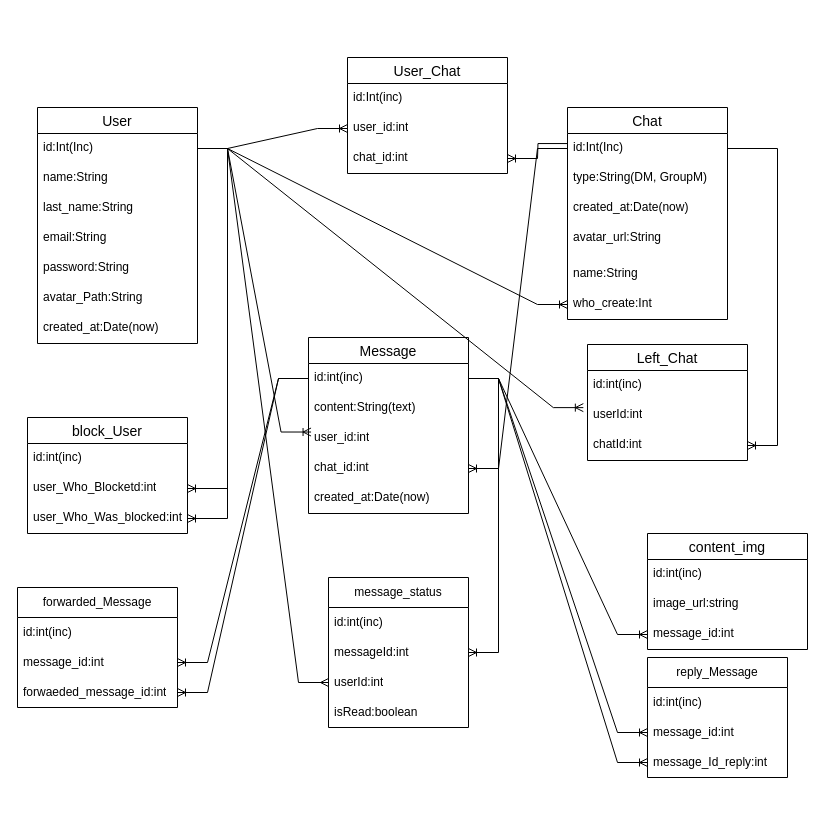
Above: Диаграмма без названия.drawio in lam1to/TestChat (draw.io), before the change. Source tidied: cells renumbered, new cells numbered last; positions are measured from the earlier drawing's top-left corner, leaving out a move shared by most shapes. Both pictures are drawn from the tidied source at 100%, with x=0, y=0 at pixel (-123, 57).
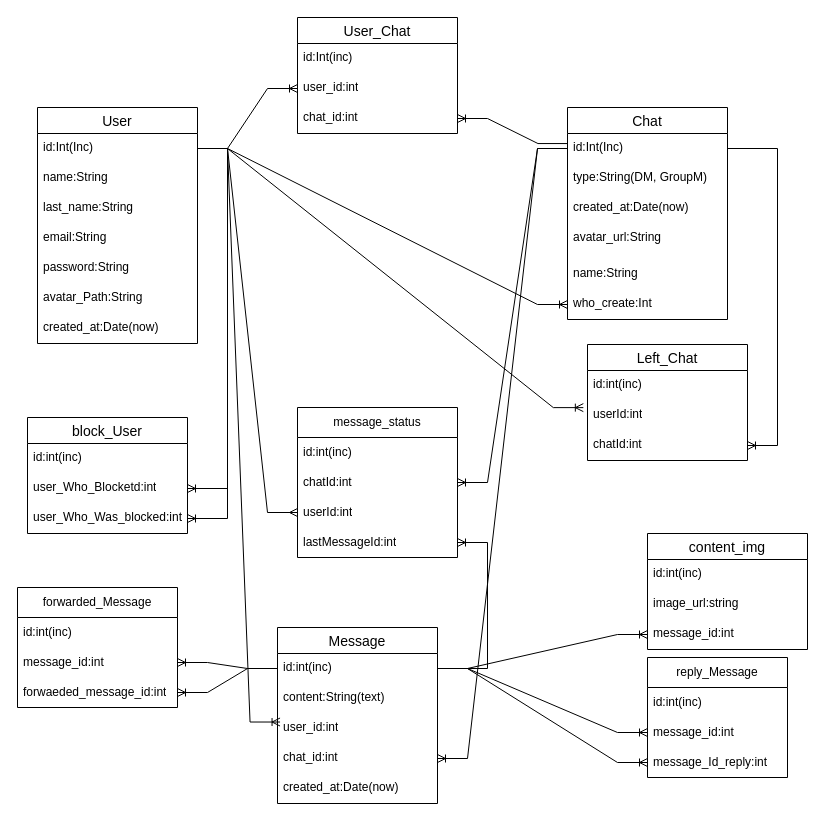
The same page after the edit.

Unchanged cells that the change refers to:
```xml
<mxCell id="3" value="id:Int(Inc)" style="text;strokeColor=none;fillColor=none;spacingLeft=4;spacingRight=4;overflow=hidden;points=[[0,0.5],[1,0.5]];portConstraint=eastwest;fontSize=12;whiteSpace=wrap;html=1;" parent="2" vertex="1">
  <mxGeometry y="26" width="160" height="30" as="geometry" />
</mxCell>
<mxCell id="11" value="id:Int(Inc)" style="text;strokeColor=none;fillColor=none;spacingLeft=4;spacingRight=4;overflow=hidden;points=[[0,0.5],[1,0.5]];portConstraint=eastwest;fontSize=12;whiteSpace=wrap;html=1;" parent="10" vertex="1">
  <mxGeometry y="26" width="160" height="30" as="geometry" />
</mxCell>
<mxCell id="24" value="id:int(inc)" style="text;strokeColor=none;fillColor=none;spacingLeft=4;spacingRight=4;overflow=hidden;points=[[0,0.5],[1,0.5]];portConstraint=eastwest;fontSize=12;whiteSpace=wrap;html=1;" parent="23" vertex="1">
  <mxGeometry y="26" width="160" height="30" as="geometry" />
</mxCell>
```

The edit, as a diff of the source:
```diff
@@
     <mxCell id="17" value="User_Chat" style="swimlane;fontStyle=0;horizontal=1;startSize=26;align=center;fontSize=14;" parent="1" vertex="1">
-      <mxGeometry x="470" width="160" height="116" as="geometry" />
+      <mxGeometry x="420" y="-40" width="160" height="116" as="geometry" />
     </mxCell>
@@
     <mxCell id="23" value="Message" style="swimlane;fontStyle=0;horizontal=1;startSize=26;align=center;fontSize=14;" parent="1" vertex="1">
-      <mxGeometry x="431" y="280" width="160" height="176" as="geometry" />
+      <mxGeometry x="400" y="570" width="160" height="176" as="geometry" />
     </mxCell>
@@
+    <mxCell id="67" style="edgeStyle=entityRelationEdgeStyle;fontSize=12;html=1;endArrow=ERmany;rounded=0;" parent="1" edge="1" source="3" target="64">
+      <mxGeometry relative="1" as="geometry" />
+    </mxCell>
+    <mxCell id="68" style="edgeStyle=entityRelationEdgeStyle;fontSize=12;html=1;endArrow=ERoneToMany;rounded=0;" parent="1" edge="1" source="11" target="63">
+      <mxGeometry relative="1" as="geometry">
+        <Array as="points">
+          <mxPoint x="650" y="540" />
+        </Array>
+      </mxGeometry>
+    </mxCell>
     <mxCell id="61" value="message_status" style="swimlane;fontStyle=0;horizontal=1;startSize=30;whiteSpace=wrap;html=1;" parent="1" vertex="1">
-      <mxGeometry x="451" y="520" width="140" height="150" as="geometry" />
+      <mxGeometry x="420" y="350" width="160" height="150" as="geometry" />
     </mxCell>
     <mxCell id="62" value="id:int(inc)" style="text;strokeColor=none;fillColor=none;align=left;verticalAlign=middle;spacingLeft=4;spacingRight=4;overflow=hidden;whiteSpace=wrap;html=1;" parent="61" vertex="1">
-      <mxGeometry y="30" width="140" height="30" as="geometry" />
+      <mxGeometry y="30" width="160" height="30" as="geometry" />
     </mxCell>
-    <mxCell id="63" value="messageId:int" style="text;strokeColor=none;fillColor=none;align=left;verticalAlign=middle;spacingLeft=4;spacingRight=4;overflow=hidden;points=[[0,0.5],[1,0.5]];portConstraint=eastwest;whiteSpace=wrap;html=1;" parent="61" vertex="1">
-      <mxGeometry y="60" width="140" height="30" as="geometry" />
+    <mxCell id="63" value="chatId:int" style="text;strokeColor=none;fillColor=none;align=left;verticalAlign=middle;spacingLeft=4;spacingRight=4;overflow=hidden;points=[[0,0.5],[1,0.5]];portConstraint=eastwest;whiteSpace=wrap;html=1;" parent="61" vertex="1">
+      <mxGeometry y="60" width="160" height="30" as="geometry" />
     </mxCell>
     <mxCell id="64" value="userId:int" style="text;strokeColor=none;fillColor=none;align=left;verticalAlign=middle;spacingLeft=4;spacingRight=4;overflow=hidden;points=[[0,0.5],[1,0.5]];portConstraint=eastwest;whiteSpace=wrap;html=1;" parent="61" vertex="1">
-      <mxGeometry y="90" width="140" height="30" as="geometry" />
+      <mxGeometry y="90" width="160" height="30" as="geometry" />
     </mxCell>
-    <mxCell id="65" value="isRead:boolean" style="text;strokeColor=none;fillColor=none;align=left;verticalAlign=middle;spacingLeft=4;spacingRight=4;overflow=hidden;points=[[0,0.5],[1,0.5]];portConstraint=eastwest;whiteSpace=wrap;html=1;" parent="61" vertex="1">
-      <mxGeometry y="120" width="140" height="30" as="geometry" />
+    <mxCell id="65" value="lastMessageId:int" style="text;strokeColor=none;fillColor=none;align=left;verticalAlign=middle;spacingLeft=4;spacingRight=4;overflow=hidden;points=[[0,0.5],[1,0.5]];portConstraint=eastwest;whiteSpace=wrap;html=1;" parent="61" vertex="1">
+      <mxGeometry y="120" width="160" height="30" as="geometry" />
     </mxCell>
-    <mxCell id="66" style="edgeStyle=entityRelationEdgeStyle;fontSize=12;html=1;endArrow=ERoneToMany;rounded=0;" parent="1" edge="1" source="24" target="63">
-      <mxGeometry relative="1" as="geometry" />
-    </mxCell>
-    <mxCell id="67" style="edgeStyle=entityRelationEdgeStyle;fontSize=12;html=1;endArrow=ERmany;rounded=0;" parent="1" edge="1" source="3" target="64">
-      <mxGeometry relative="1" as="geometry" />
-    </mxCell>
+    <mxCell id="69" style="edgeStyle=entityRelationEdgeStyle;fontSize=12;html=1;endArrow=ERoneToMany;rounded=0;" parent="1" edge="1" source="24" target="65">
+      <mxGeometry relative="1" as="geometry" />
+    </mxCell>
```
